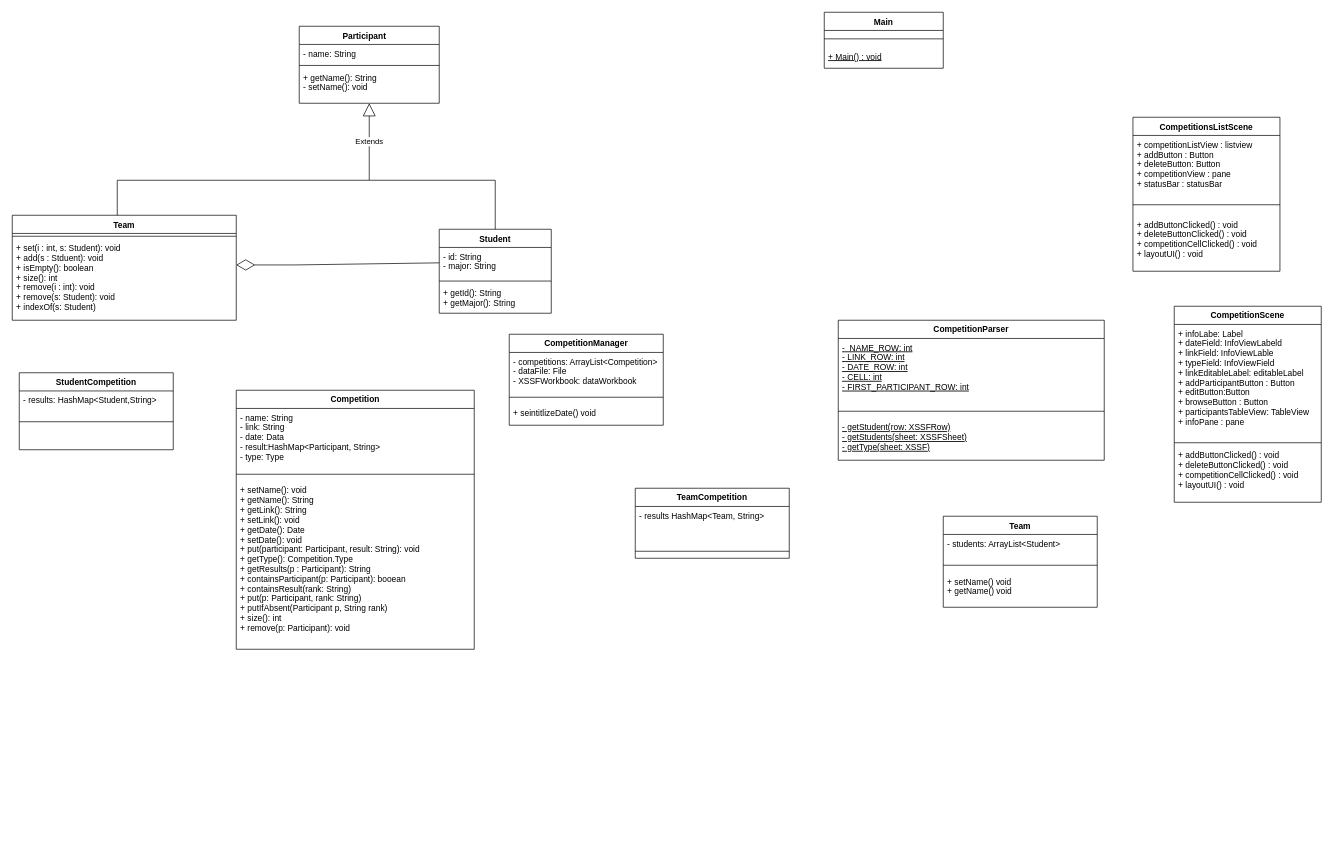
The draw.io diagram docs/phase2/class-diagram.drawio in AbdullahAXR/Competition-tracker, before the edit. Source tidied: cells renumbered, new cells numbered last; positions are measured from the earlier drawing's top-left corner, leaving out a move shared by most shapes. Both pictures are drawn from the tidied source at 70%, with x=0, y=0 at pixel (12, 12).
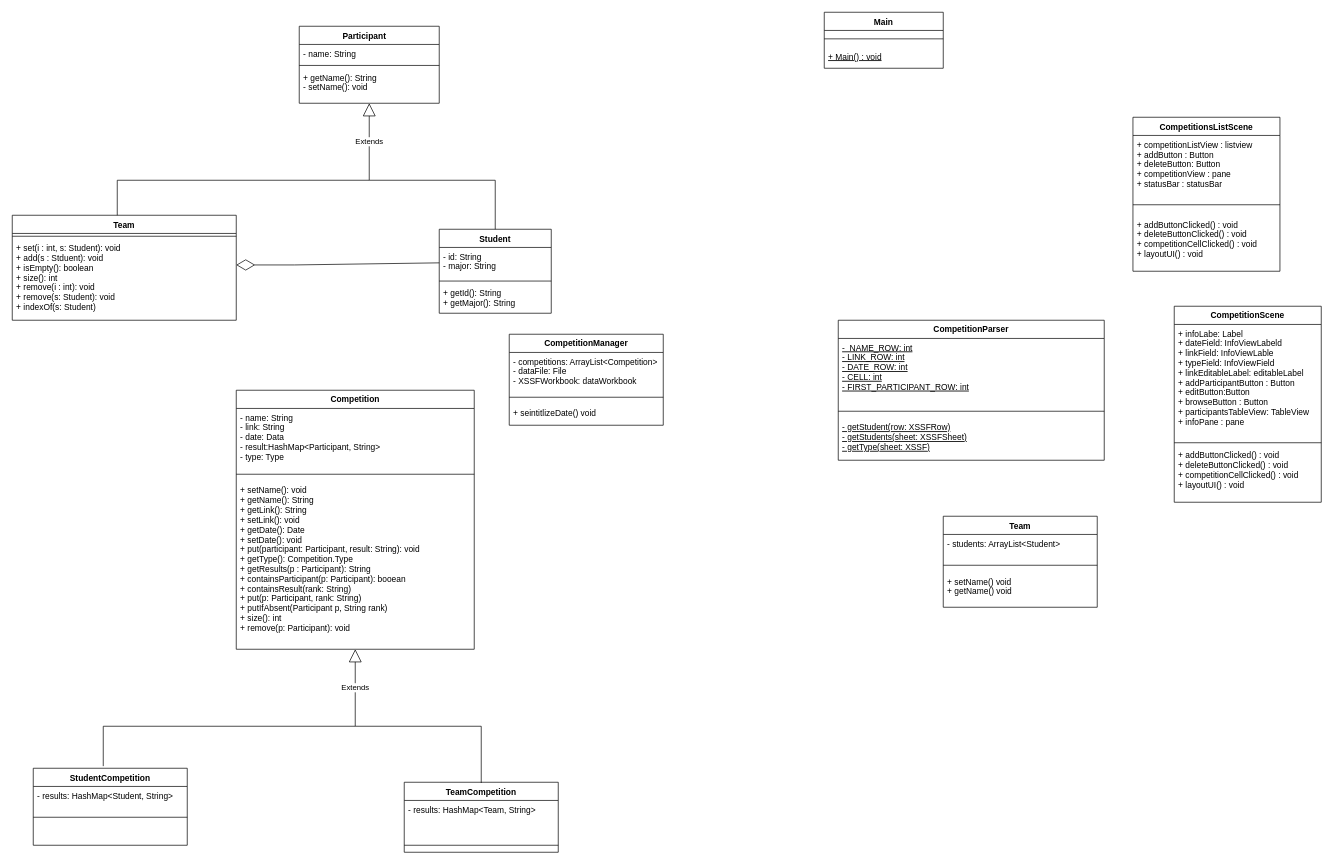
The same page after the edit.

Commit message:
docs: updated class diagram

Diff of the diagram source:
```diff
@@
     <mxCell id="25" value="TeamCompetition" style="swimlane;fontStyle=1;align=center;verticalAlign=top;horizontal=1;startSize=26;" parent="1" vertex="1">
-      <mxGeometry x="890" y="680" width="220" height="100" as="geometry" />
+      <mxGeometry x="560" y="1100" width="220" height="100" as="geometry" />
     </mxCell>
-    <mxCell id="26" value="- results HashMap&lt;Team, String&gt;" style="text;strokeColor=none;fillColor=none;align=left;verticalAlign=top;spacingLeft=4;spacingRight=4;overflow=hidden;fontStyle=0;" parent="25" vertex="1">
+    <mxCell id="26" value="- results: HashMap&lt;Team, String&gt;" style="text;strokeColor=none;fillColor=none;align=left;verticalAlign=top;spacingLeft=4;spacingRight=4;overflow=hidden;fontStyle=0;" parent="25" vertex="1">
       <mxGeometry y="26" width="220" height="54" as="geometry" />
     </mxCell>
@@
     <mxCell id="32" value="StudentCompetition" style="swimlane;fontStyle=1;align=center;verticalAlign=top;horizontal=1;startSize=26;" parent="1" vertex="1">
-      <mxGeometry x="10" y="515" width="220" height="110" as="geometry" />
+      <mxGeometry x="30" y="1080" width="220" height="110" as="geometry" />
     </mxCell>
-    <mxCell id="33" value="- results: HashMap&lt;Student,String&gt;" style="text;strokeColor=none;fillColor=none;align=left;verticalAlign=top;spacingLeft=4;spacingRight=4;overflow=hidden;fontStyle=0;" parent="32" vertex="1">
+    <mxCell id="33" value="- results: HashMap&lt;Student, String&gt;" style="text;strokeColor=none;fillColor=none;align=left;verticalAlign=top;spacingLeft=4;spacingRight=4;overflow=hidden;fontStyle=0;" parent="32" vertex="1">
       <mxGeometry y="26" width="220" height="34" as="geometry" />
     </mxCell>
@@
+    <mxCell id="51" value="Extends" style="endArrow=block;endSize=16;endFill=0;html=1;rounded=0;entryX=0.5;entryY=1;entryDx=0;entryDy=0;" parent="1" edge="1">
+      <mxGeometry relative="1" as="geometry">
+        <mxPoint x="490" y="1020" as="sourcePoint" />
+        <mxPoint x="490" y="910" as="targetPoint" />
+      </mxGeometry>
+    </mxCell>
+    <mxCell id="52" style="endArrow=none;html=1;rounded=0;exitX=0.5;exitY=0;exitDx=0;exitDy=0;" parent="1" edge="1">
+      <mxGeometry relative="1" as="geometry">
+        <mxPoint x="130" y="1077" as="sourcePoint" />
+        <mxPoint x="490" y="1020" as="targetPoint" />
+        <Array as="points">
+          <mxPoint x="130" y="1020" />
+        </Array>
+      </mxGeometry>
+    </mxCell>
+    <mxCell id="53" style="endArrow=none;html=1;rounded=0;exitX=0.5;exitY=0;exitDx=0;exitDy=0;" parent="1" edge="1">
+      <mxGeometry relative="1" as="geometry">
+        <mxPoint x="670" y="1101" as="sourcePoint" />
+        <mxPoint x="490" y="1020" as="targetPoint" />
+        <Array as="points">
+          <mxPoint x="670" y="1020" />
+        </Array>
+      </mxGeometry>
+    </mxCell>
```
